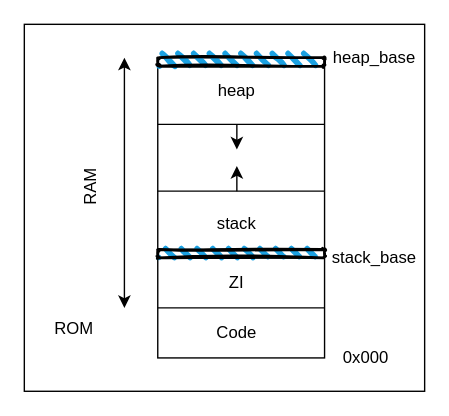
Earlier version of the draw.io diagram page "Memory" (4 of 4) of Report/diagrams/esd-diagrams.drawio (PavlosTzitzos/esd-project). Source tidied: cells renumbered, new cells numbered last; positions are measured from the earlier drawing's top-left corner, leaving out a move shared by most shapes. Both pictures are drawn from the tidied source at 139%, with x=0, y=0 at pixel (24, 24).
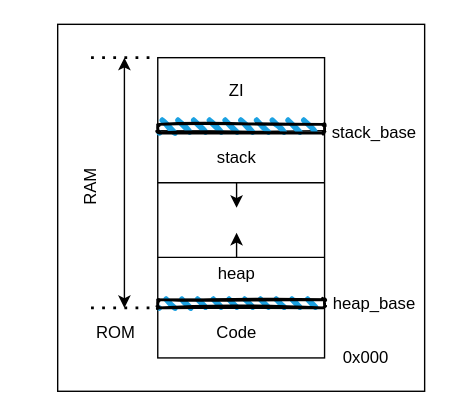
The same page after the edit.

The edit, as a diff of the source:
```diff
@@
     <mxCell id="3" style="endArrow=none;html=1;rounded=0;entryX=1;entryY=0.75;entryDx=0;entryDy=0;exitX=0;exitY=0.75;exitDx=0;exitDy=0;" parent="1" edge="1">
       <mxGeometry relative="1" as="geometry">
-        <mxPoint x="96" y="72" as="sourcePoint" />
-        <mxPoint x="216" y="72" as="targetPoint" />
+        <mxPoint x="96" y="114" as="sourcePoint" />
+        <mxPoint x="216" y="114" as="targetPoint" />
       </mxGeometry>
     </mxCell>
     <mxCell id="4" style="endArrow=none;html=1;rounded=0;entryX=1;entryY=0.75;entryDx=0;entryDy=0;exitX=0;exitY=0.75;exitDx=0;exitDy=0;" parent="1" edge="1">
       <mxGeometry relative="1" as="geometry">
-        <mxPoint x="96" y="168" as="sourcePoint" />
-        <mxPoint x="216" y="168" as="targetPoint" />
+        <mxPoint x="96" y="198" as="sourcePoint" />
+        <mxPoint x="216" y="198" as="targetPoint" />
       </mxGeometry>
     </mxCell>
     <mxCell id="5" style="endArrow=none;html=1;rounded=0;entryX=1;entryY=0.75;entryDx=0;entryDy=0;exitX=0;exitY=0.75;exitDx=0;exitDy=0;" parent="1" edge="1">
       <mxGeometry relative="1" as="geometry">
-        <mxPoint x="96" y="120" as="sourcePoint" />
-        <mxPoint x="216" y="120" as="targetPoint" />
+        <mxPoint x="96" y="167.7" as="sourcePoint" />
+        <mxPoint x="216" y="167.7" as="targetPoint" />
       </mxGeometry>
     </mxCell>
@@
     <mxCell id="8" value="ZI" style="text;html=1;strokeColor=none;fillColor=none;align=center;verticalAlign=middle;whiteSpace=wrap;rounded=0;" parent="1" vertex="1">
-      <mxGeometry x="120" y="168" width="66" height="36" as="geometry" />
+      <mxGeometry x="120" y="30" width="66" height="36" as="geometry" />
     </mxCell>
     <mxCell id="9" value="stack" style="text;html=1;strokeColor=none;fillColor=none;align=center;verticalAlign=middle;whiteSpace=wrap;rounded=0;" parent="1" vertex="1">
-      <mxGeometry x="120" y="120" width="66" height="48" as="geometry" />
+      <mxGeometry x="120" y="72" width="66" height="48" as="geometry" />
     </mxCell>
     <mxCell id="10" value="heap" style="text;html=1;strokeColor=none;fillColor=none;align=center;verticalAlign=middle;whiteSpace=wrap;rounded=0;" parent="1" vertex="1">
-      <mxGeometry x="120" y="24" width="66" height="48" as="geometry" />
+      <mxGeometry x="120" y="156" width="66" height="48" as="geometry" />
     </mxCell>
@@
     <mxCell id="12" value="stack_base" style="text;html=1;strokeColor=none;fillColor=none;align=center;verticalAlign=middle;whiteSpace=wrap;rounded=0;" parent="1" vertex="1">
-      <mxGeometry x="222" y="156" width="60" height="24" as="geometry" />
+      <mxGeometry x="222" y="66" width="60" height="24" as="geometry" />
     </mxCell>
     <mxCell id="13" value="heap_base" style="text;html=1;strokeColor=none;fillColor=none;align=center;verticalAlign=middle;whiteSpace=wrap;rounded=0;" parent="1" vertex="1">
-      <mxGeometry x="222" y="12" width="60" height="24" as="geometry" />
+      <mxGeometry x="222" y="189" width="60" height="24" as="geometry" />
     </mxCell>
@@
     <mxCell id="16" value="ROM" style="text;html=1;strokeColor=none;fillColor=none;align=center;verticalAlign=middle;whiteSpace=wrap;rounded=0;" parent="1" vertex="1">
-      <mxGeometry x="6" y="204" width="60" height="30" as="geometry" />
+      <mxGeometry x="36" y="207" width="60" height="30" as="geometry" />
     </mxCell>
     <mxCell id="17" style="endArrow=none;html=1;rounded=0;entryX=1;entryY=0.75;entryDx=0;entryDy=0;exitX=0;exitY=0.75;exitDx=0;exitDy=0;" parent="1" edge="1">
       <mxGeometry relative="1" as="geometry">
-        <mxPoint x="96" y="162" as="sourcePoint" />
-        <mxPoint x="216" y="162" as="targetPoint" />
+        <mxPoint x="96" y="72" as="sourcePoint" />
+        <mxPoint x="216" y="72" as="targetPoint" />
       </mxGeometry>
     </mxCell>
-    <mxCell id="18" style="endArrow=none;html=1;rounded=0;entryX=1;entryY=0.75;entryDx=0;entryDy=0;exitX=0;exitY=0.75;exitDx=0;exitDy=0;" parent="1" edge="1">
+    <mxCell id="18" style="endArrow=none;html=1;rounded=0;entryX=1;entryY=0.75;entryDx=0;entryDy=0;exitX=0;exitY=0.75;exitDx=0;exitDy=0;" parent="1" edge="1" source="20">
       <mxGeometry relative="1" as="geometry">
-        <mxPoint x="96" y="30" as="sourcePoint" />
-        <mxPoint x="216" y="30" as="targetPoint" />
+        <mxPoint x="216" y="77.7" as="targetPoint" />
       </mxGeometry>
     </mxCell>
     <mxCell id="19" style="rounded=1;whiteSpace=wrap;html=1;strokeWidth=2;fillWeight=4;hachureGap=8;hachureAngle=45;fillColor=#1ba1e2;sketch=1;" parent="1" vertex="1">
-      <mxGeometry x="96" y="162" width="120" height="6" as="geometry" />
+      <mxGeometry x="96" y="198" width="120" height="6" as="geometry" />
     </mxCell>
-    <mxCell id="20" style="rounded=1;whiteSpace=wrap;html=1;strokeWidth=2;fillWeight=4;hachureGap=8;hachureAngle=45;fillColor=#1ba1e2;sketch=1;" parent="1" vertex="1">
-      <mxGeometry x="96" y="24" width="120" height="6" as="geometry" />
-    </mxCell>
     <mxCell id="21" style="endArrow=classic;html=1;rounded=0;" parent="1" edge="1">
       <mxGeometry relative="1" as="geometry">
-        <mxPoint x="152.9" y="120" as="sourcePoint" />
-        <mxPoint x="152.9" y="102" as="targetPoint" />
+        <mxPoint x="152.7" y="168" as="sourcePoint" />
+        <mxPoint x="152.7" y="150" as="targetPoint" />
       </mxGeometry>
     </mxCell>
     <mxCell id="22" style="endArrow=classic;html=1;rounded=0;" parent="1" edge="1">
       <mxGeometry relative="1" as="geometry">
-        <mxPoint x="152.9" y="72" as="sourcePoint" />
-        <mxPoint x="152.9" y="90" as="targetPoint" />
+        <mxPoint x="152.7" y="114" as="sourcePoint" />
+        <mxPoint x="152.7" y="132" as="targetPoint" />
       </mxGeometry>
     </mxCell>
     <mxCell id="23" style="rounded=0;whiteSpace=wrap;html=1;fillColor=none;" parent="1" vertex="1">
-      <mxGeometry width="288" height="264" as="geometry" />
+      <mxGeometry x="24" width="264" height="264" as="geometry" />
     </mxCell>
+    <mxCell id="24" style="endArrow=none;html=1;rounded=0;entryX=1;entryY=0.75;entryDx=0;entryDy=0;exitX=0;exitY=0.75;exitDx=0;exitDy=0;" parent="1" edge="1" target="20">
+      <mxGeometry relative="1" as="geometry">
+        <mxPoint x="96" y="77.7" as="sourcePoint" />
+      </mxGeometry>
+    </mxCell>
+    <mxCell id="20" style="rounded=1;whiteSpace=wrap;html=1;strokeWidth=2;fillWeight=4;hachureGap=8;hachureAngle=45;fillColor=#1ba1e2;sketch=1;" parent="1" vertex="1">
+      <mxGeometry x="96" y="72" width="120" height="6" as="geometry" />
+    </mxCell>
+    <mxCell id="25" style="endArrow=none;dashed=1;html=1;dashPattern=1 3;strokeWidth=2;rounded=0;entryX=0;entryY=1;entryDx=0;entryDy=0;" parent="1" edge="1" target="19">
+      <mxGeometry relative="1" as="geometry">
+        <mxPoint x="48" y="204" as="sourcePoint" />
+      </mxGeometry>
+    </mxCell>
+    <mxCell id="26" style="endArrow=none;dashed=1;html=1;dashPattern=1 3;strokeWidth=2;rounded=0;entryX=0;entryY=1;entryDx=0;entryDy=0;" parent="1" edge="1">
+      <mxGeometry relative="1" as="geometry">
+        <mxPoint x="48" y="24" as="sourcePoint" />
+        <mxPoint x="96" y="24" as="targetPoint" />
+      </mxGeometry>
+    </mxCell>
```
